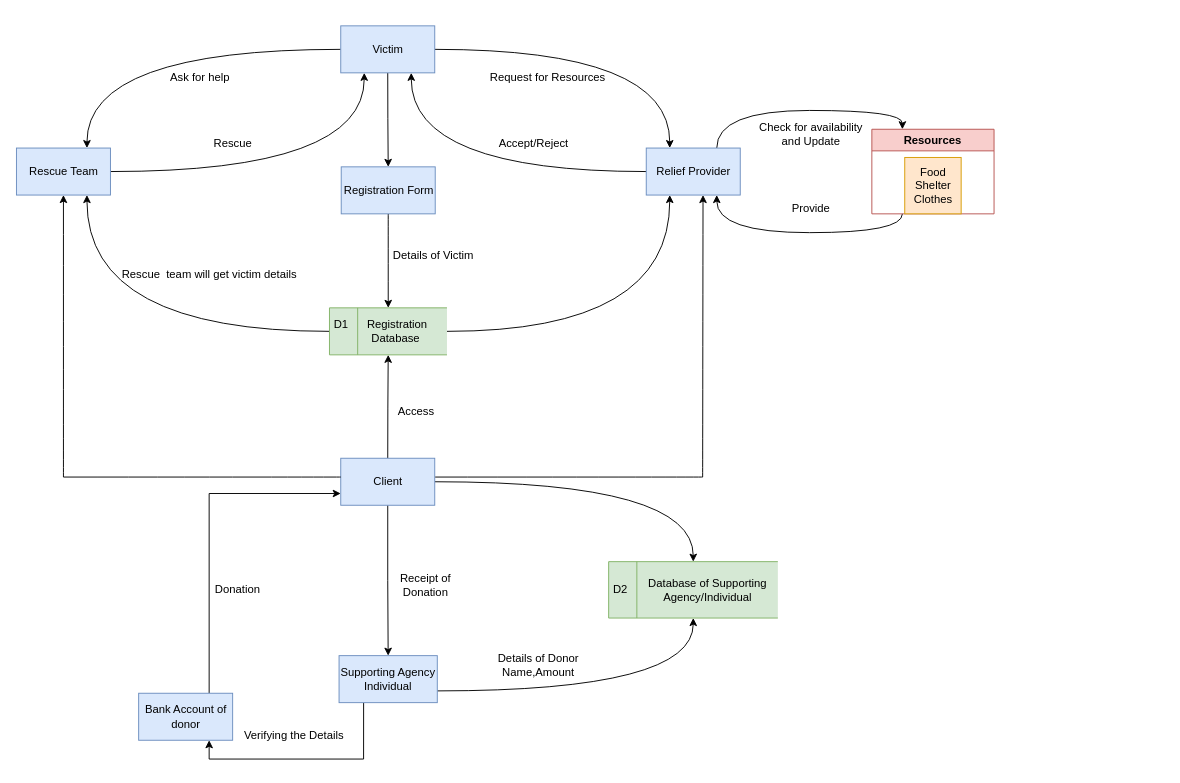
Earlier version of the draw.io diagram Untitled Diagram.drawio (ShubhamJejurkar98/Repository1). Source tidied: cells renumbered, new cells numbered last; positions are measured from the earlier drawing's top-left corner, leaving out a move shared by most shapes. Both pictures are drawn from the tidied source at 94%, with x=0, y=0 at pixel (16, 25).
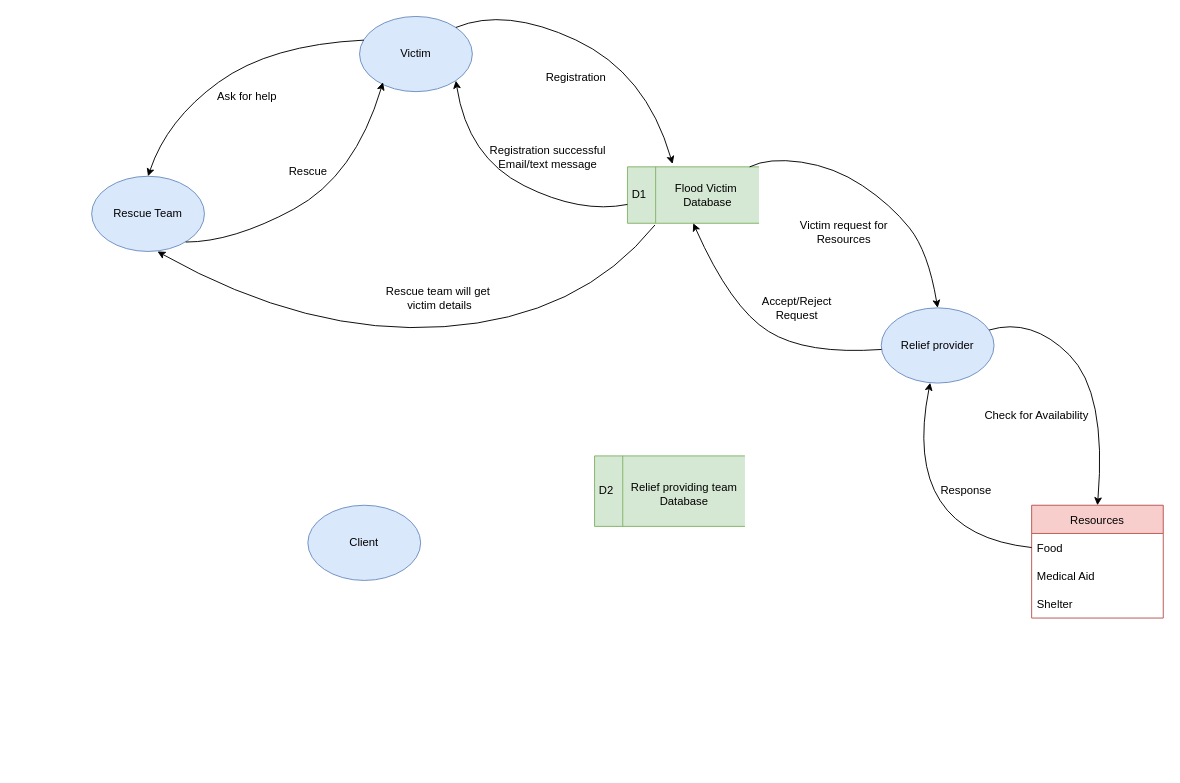
The same page after the edit.

What changed in the source:
```diff
@@
+    <mxCell id="8" value="Victim" style="ellipse;whiteSpace=wrap;html=1;fillColor=#dae8fc;strokeColor=#6c8ebf;" parent="1" vertex="1">
+      <mxGeometry x="365" y="-10" width="120" height="80" as="geometry" />
+    </mxCell>
+    <mxCell id="16" value="Rescue Team" style="ellipse;whiteSpace=wrap;html=1;fillColor=#dae8fc;strokeColor=#6c8ebf;" parent="1" vertex="1">
+      <mxGeometry x="80" y="160" width="120" height="80" as="geometry" />
+    </mxCell>
+    <mxCell id="47" value="Relief provider" style="ellipse;whiteSpace=wrap;html=1;fillColor=#dae8fc;strokeColor=#6c8ebf;" parent="1" vertex="1">
+      <mxGeometry x="920" y="300" width="120" height="80" as="geometry" />
+    </mxCell>
+    <mxCell id="48" style="curved=1;endArrow=classic;html=1;rounded=0;entryX=0.208;entryY=0.875;entryDx=0;entryDy=0;entryPerimeter=0;" parent="1" edge="1" target="8">
+      <mxGeometry relative="1" as="geometry">
+        <mxPoint x="180" y="230" as="sourcePoint" />
+        <Array as="points">
+          <mxPoint x="230" y="230" />
+          <mxPoint x="360" y="160" />
+        </Array>
+      </mxGeometry>
+    </mxCell>
+    <mxCell id="6" style="curved=1;endArrow=classic;html=1;rounded=0;entryX=0.5;entryY=0;entryDx=0;entryDy=0;exitX=0.038;exitY=0.315;exitDx=0;exitDy=0;exitPerimeter=0;" parent="1" edge="1" source="8" target="16">
+      <mxGeometry relative="1" as="geometry">
+        <Array as="points">
+          <mxPoint x="270" y="20" />
+          <mxPoint x="160" y="100" />
+        </Array>
+      </mxGeometry>
+    </mxCell>
     <mxCell id="2" value="Ask for help" style="text;html=1;align=center;verticalAlign=middle;fillColor=none;strokeColor=none;rounded=0;" parent="1" vertex="1">
-      <mxGeometry x="150" y="40" width="90" height="30" as="geometry" />
+      <mxGeometry x="200" y="60" width="90" height="30" as="geometry" />
     </mxCell>
+    <mxCell id="23" value="Rescue" style="text;html=1;align=center;verticalAlign=middle;fillColor=none;strokeColor=none;rounded=0;" parent="1" vertex="1">
+      <mxGeometry x="280" y="140" width="60" height="30" as="geometry" />
+    </mxCell>
+    <mxCell id="49" value="D1" style="html=1;dashed=0;whitespace=wrap;shape=mxgraph.dfd.dataStoreID;align=left;spacingLeft=3;points=[[0,0],[0.5,0],[1,0],[0,0.5],[1,0.5],[0,1],[0.5,1],[1,1]];fillColor=#d5e8d4;strokeColor=#82b366;" parent="1" vertex="1">
+      <mxGeometry x="650" y="150" width="140" height="60" as="geometry" />
+    </mxCell>
+    <mxCell id="50" value="Flood Victim&amp;nbsp;&lt;br&gt;Database" style="text;html=1;align=center;verticalAlign=middle;fillColor=none;strokeColor=none;rounded=0;" parent="1" vertex="1">
+      <mxGeometry x="690" y="160" width="90" height="40" as="geometry" />
+    </mxCell>
+    <mxCell id="51" style="curved=1;endArrow=classic;html=1;rounded=0;entryX=0.343;entryY=-0.051;entryDx=0;entryDy=0;entryPerimeter=0;exitX=1;exitY=0;exitDx=0;exitDy=0;" parent="1" edge="1" source="8" target="49">
+      <mxGeometry relative="1" as="geometry">
+        <Array as="points">
+          <mxPoint x="520" y="-20" />
+          <mxPoint x="670" y="50" />
+        </Array>
+      </mxGeometry>
+    </mxCell>
+    <mxCell id="52" value="Registration" style="text;html=1;align=center;verticalAlign=middle;fillColor=none;strokeColor=none;rounded=0;" parent="1" vertex="1">
+      <mxGeometry x="550" y="40" width="90" height="30" as="geometry" />
+    </mxCell>
+    <mxCell id="53" style="curved=1;endArrow=classic;html=1;rounded=0;entryX=1;entryY=1;entryDx=0;entryDy=0;" parent="1" edge="1" target="8">
+      <mxGeometry relative="1" as="geometry">
+        <mxPoint x="650" y="190" as="sourcePoint" />
+        <Array as="points">
+          <mxPoint x="600" y="200" />
+          <mxPoint x="480" y="140" />
+        </Array>
+      </mxGeometry>
+    </mxCell>
+    <mxCell id="54" value="Registration successful&lt;br&gt;Email/text message" style="text;html=1;align=center;verticalAlign=middle;fillColor=none;strokeColor=none;rounded=0;" parent="1" vertex="1">
+      <mxGeometry x="490" y="120" width="150" height="40" as="geometry" />
+    </mxCell>
+    <mxCell id="55" style="curved=1;endArrow=classic;html=1;rounded=0;entryX=0.5;entryY=0;entryDx=0;entryDy=0;" parent="1" edge="1" source="49" target="47">
+      <mxGeometry relative="1" as="geometry">
+        <Array as="points">
+          <mxPoint x="800" y="140" />
+          <mxPoint x="870" y="150" />
+          <mxPoint x="930" y="190" />
+          <mxPoint x="970" y="240" />
+        </Array>
+      </mxGeometry>
+    </mxCell>
+    <mxCell id="56" value="Victim request for&lt;br&gt;Resources" style="text;html=1;align=center;verticalAlign=middle;fillColor=none;strokeColor=none;rounded=0;" parent="1" vertex="1">
+      <mxGeometry x="820" y="200" width="120" height="40" as="geometry" />
+    </mxCell>
+    <mxCell id="57" style="curved=1;endArrow=classic;html=1;rounded=0;entryX=0.5;entryY=1;entryDx=0;entryDy=0;" parent="1" edge="1" source="47" target="49">
+      <mxGeometry relative="1" as="geometry">
+        <Array as="points">
+          <mxPoint x="840" y="350" />
+          <mxPoint x="760" y="300" />
+        </Array>
+      </mxGeometry>
+    </mxCell>
+    <mxCell id="58" value="Accept/Reject &lt;br&gt;Request" style="text;html=1;align=center;verticalAlign=middle;fillColor=none;strokeColor=none;rounded=0;" parent="1" vertex="1">
+      <mxGeometry x="780" y="280" width="100" height="40" as="geometry" />
+    </mxCell>
+    <mxCell id="59" style="curved=1;endArrow=classic;html=1;rounded=0;exitX=0.209;exitY=1.031;exitDx=0;exitDy=0;exitPerimeter=0;" parent="1" edge="1" source="49">
+      <mxGeometry relative="1" as="geometry">
+        <mxPoint x="150" y="240" as="targetPoint" />
+        <Array as="points">
+          <mxPoint x="600" y="310" />
+          <mxPoint x="310" y="330" />
+        </Array>
+      </mxGeometry>
+    </mxCell>
-    <mxCell id="3" value="Rescue&amp;nbsp; team will get victim details" style="text;html=1;align=center;verticalAlign=middle;fillColor=none;strokeColor=none;rounded=0;" parent="1" vertex="1">
-      <mxGeometry x="100" y="250" width="210" height="30" as="geometry" />
+    <mxCell id="3" value="Rescue team will get&amp;nbsp;&lt;br&gt;victim details" style="text;html=1;align=center;verticalAlign=middle;fillColor=none;strokeColor=none;rounded=0;" parent="1" vertex="1">
+      <mxGeometry x="380" y="270" width="140" height="40" as="geometry" />
     </mxCell>
-    <mxCell id="4" value="Request for Resources" style="text;html=1;align=center;verticalAlign=middle;fillColor=none;strokeColor=none;rounded=0;" parent="1" vertex="1">
-      <mxGeometry x="490" y="40" width="150" height="30" as="geometry" />
-    </mxCell>
-    <mxCell id="5" style="edgeStyle=orthogonalEdgeStyle;curved=1;rounded=0;jettySize=auto;html=1;exitX=0.5;exitY=1;exitDx=0;exitDy=0;entryX=0.5;entryY=0;entryDx=0;entryDy=0;" parent="1" edge="1" source="8" target="10">
-      <mxGeometry relative="1" as="geometry" />
-    </mxCell>
-    <mxCell id="6" style="edgeStyle=orthogonalEdgeStyle;curved=1;rounded=0;jettySize=auto;html=1;exitX=0;exitY=0.5;exitDx=0;exitDy=0;entryX=0.75;entryY=0;entryDx=0;entryDy=0;" parent="1" edge="1" source="8" target="16">
-      <mxGeometry relative="1" as="geometry" />
-    </mxCell>
-    <mxCell id="7" style="edgeStyle=orthogonalEdgeStyle;curved=1;rounded=0;jettySize=auto;html=1;exitX=1;exitY=0.5;exitDx=0;exitDy=0;entryX=0.25;entryY=0;entryDx=0;entryDy=0;" parent="1" edge="1" source="8" target="19">
-      <mxGeometry relative="1" as="geometry" />
-    </mxCell>
-    <mxCell id="8" value="Victim" style="html=1;dashed=0;whitespace=wrap;fillColor=#dae8fc;strokeColor=#6c8ebf;" parent="1" vertex="1">
-      <mxGeometry x="345" width="100" height="50" as="geometry" />
-    </mxCell>
-    <mxCell id="9" style="edgeStyle=orthogonalEdgeStyle;curved=1;rounded=0;jettySize=auto;html=1;exitX=0.5;exitY=1;exitDx=0;exitDy=0;entryX=0.5;entryY=0;entryDx=0;entryDy=0;" parent="1" edge="1" source="10" target="13">
-      <mxGeometry relative="1" as="geometry" />
-    </mxCell>
-    <mxCell id="10" value="Registration Form" style="html=1;dashed=0;whitespace=wrap;fillColor=#dae8fc;strokeColor=#6c8ebf;" parent="1" vertex="1">
-      <mxGeometry x="345.5" y="150" width="100" height="50" as="geometry" />
-    </mxCell>
-    <mxCell id="11" style="edgeStyle=orthogonalEdgeStyle;curved=1;rounded=0;jettySize=auto;html=1;exitX=0;exitY=0.5;exitDx=0;exitDy=0;entryX=0.75;entryY=1;entryDx=0;entryDy=0;" parent="1" edge="1" source="13" target="16">
-      <mxGeometry relative="1" as="geometry" />
-    </mxCell>
-    <mxCell id="12" style="edgeStyle=orthogonalEdgeStyle;curved=1;rounded=0;jettySize=auto;html=1;exitX=1;exitY=0.5;exitDx=0;exitDy=0;entryX=0.25;entryY=1;entryDx=0;entryDy=0;" parent="1" edge="1" source="13" target="19">
-      <mxGeometry relative="1" as="geometry" />
-    </mxCell>
-    <mxCell id="13" value="D1&amp;nbsp; &amp;nbsp; &amp;nbsp; Registration&lt;br&gt;&amp;nbsp; &amp;nbsp; &amp;nbsp; &amp;nbsp; &amp;nbsp; &amp;nbsp; Database" style="html=1;dashed=0;whitespace=wrap;shape=mxgraph.dfd.dataStoreID;align=left;spacingLeft=3;points=[[0,0],[0.5,0],[1,0],[0,0.5],[1,0.5],[0,1],[0.5,1],[1,1]];fillColor=#d5e8d4;strokeColor=#82b366;" parent="1" vertex="1">
-      <mxGeometry x="333" y="300" width="125" height="50" as="geometry" />
-    </mxCell>
-    <mxCell id="14" value="Details of Victim&amp;nbsp;" style="text;html=1;align=center;verticalAlign=middle;fillColor=none;strokeColor=none;rounded=0;" parent="1" vertex="1">
-      <mxGeometry x="390" y="230" width="110" height="30" as="geometry" />
-    </mxCell>
-    <mxCell id="15" style="edgeStyle=orthogonalEdgeStyle;curved=1;rounded=0;jettySize=auto;html=1;exitX=1;exitY=0.5;exitDx=0;exitDy=0;entryX=0.25;entryY=1;entryDx=0;entryDy=0;" parent="1" edge="1" source="16" target="8">
-      <mxGeometry relative="1" as="geometry" />
-    </mxCell>
-    <mxCell id="16" value="Rescue Team" style="html=1;dashed=0;whitespace=wrap;fillColor=#dae8fc;strokeColor=#6c8ebf;" parent="1" vertex="1">
-      <mxGeometry y="130" width="100" height="50" as="geometry" />
-    </mxCell>
-    <mxCell id="17" style="edgeStyle=orthogonalEdgeStyle;curved=1;rounded=0;jettySize=auto;html=1;entryX=0.75;entryY=1;entryDx=0;entryDy=0;" parent="1" edge="1" source="19" target="8">
-      <mxGeometry relative="1" as="geometry" />
-    </mxCell>
-    <mxCell id="18" style="edgeStyle=orthogonalEdgeStyle;curved=1;rounded=0;jettySize=auto;html=1;exitX=0.75;exitY=0;exitDx=0;exitDy=0;entryX=0.25;entryY=0;entryDx=0;entryDy=0;" parent="1" edge="1" source="19" target="21">
-      <mxGeometry relative="1" as="geometry" />
-    </mxCell>
-    <mxCell id="19" value="Relief Provider" style="html=1;dashed=0;whitespace=wrap;fillColor=#dae8fc;strokeColor=#6c8ebf;" parent="1" vertex="1">
-      <mxGeometry x="670" y="130" width="100" height="50" as="geometry" />
-    </mxCell>
-    <mxCell id="20" style="edgeStyle=orthogonalEdgeStyle;curved=1;rounded=0;jettySize=auto;html=1;exitX=0.25;exitY=1;exitDx=0;exitDy=0;entryX=0.75;entryY=1;entryDx=0;entryDy=0;" parent="1" edge="1" source="21" target="19">
-      <mxGeometry relative="1" as="geometry" />
-    </mxCell>
-    <mxCell id="21" value="Resources" style="swimlane;fillColor=#f8cecc;strokeColor=#b85450;" parent="1" vertex="1">
-      <mxGeometry x="910" y="110" width="130" height="90" as="geometry" />
+    <mxCell id="21" value="Resources" style="swimlane;fontStyle=0;horizontal=1;startSize=30;fillColor=#f8cecc;strokeColor=#b85450;" parent="1" vertex="1">
+      <mxGeometry x="1080" y="510" width="140" height="120" as="geometry" />
     </mxCell>
-    <mxCell id="22" value="Food&lt;br&gt;Shelter&lt;br&gt;Clothes" style="text;html=1;align=center;verticalAlign=middle;fillColor=#ffe6cc;strokeColor=#d79b00;rounded=0;" parent="21" vertex="1">
-      <mxGeometry x="35" y="30" width="60" height="60" as="geometry" />
-    </mxCell>
-    <mxCell id="23" value="Rescue" style="text;html=1;align=center;verticalAlign=middle;fillColor=none;strokeColor=none;rounded=0;" parent="1" vertex="1">
-      <mxGeometry x="200" y="110" width="60" height="30" as="geometry" />
-    </mxCell>
-    <mxCell id="24" value="Check for availability&lt;br&gt;and Update" style="text;html=1;align=center;verticalAlign=middle;fillColor=none;strokeColor=none;rounded=0;" parent="1" vertex="1">
-      <mxGeometry x="780" y="95" width="130" height="40" as="geometry" />
-    </mxCell>
-    <mxCell id="25" value="Accept/Reject&lt;br&gt;" style="text;html=1;align=center;verticalAlign=middle;fillColor=none;strokeColor=none;rounded=0;" parent="1" vertex="1">
-      <mxGeometry x="500" y="110" width="100" height="30" as="geometry" />
-    </mxCell>
-    <mxCell id="26" style="edgeStyle=orthogonalEdgeStyle;curved=1;rounded=0;jettySize=auto;html=1;exitX=1;exitY=0.5;exitDx=0;exitDy=0;entryX=0.5;entryY=0;entryDx=0;entryDy=0;" parent="1" edge="1" source="29" target="40">
-      <mxGeometry relative="1" as="geometry" />
-    </mxCell>
-    <mxCell id="27" style="edgeStyle=orthogonalEdgeStyle;curved=1;rounded=0;jettySize=auto;html=1;exitX=0.5;exitY=0;exitDx=0;exitDy=0;entryX=0.5;entryY=1;entryDx=0;entryDy=0;" parent="1" edge="1" source="29" target="13">
-      <mxGeometry relative="1" as="geometry" />
-    </mxCell>
-    <mxCell id="28" style="edgeStyle=orthogonalEdgeStyle;rounded=0;jettySize=auto;html=1;exitX=0.5;exitY=1;exitDx=0;exitDy=0;entryX=0.5;entryY=0;entryDx=0;entryDy=0;" parent="1" edge="1" source="29" target="36">
-      <mxGeometry relative="1" as="geometry" />
-    </mxCell>
+    <mxCell id="60" value="Food" style="text;strokeColor=none;fillColor=none;align=left;verticalAlign=middle;spacingLeft=4;spacingRight=4;overflow=hidden;points=[[0,0.5],[1,0.5]];portConstraint=eastwest;" parent="21" vertex="1">
+      <mxGeometry y="30" width="140" height="30" as="geometry" />
+    </mxCell>
+    <mxCell id="61" value="Medical Aid" style="text;strokeColor=none;fillColor=none;align=left;verticalAlign=middle;spacingLeft=4;spacingRight=4;overflow=hidden;" parent="21" vertex="1">
+      <mxGeometry y="60" width="140" height="30" as="geometry" />
+    </mxCell>
+    <mxCell id="62" value="Shelter" style="text;strokeColor=none;fillColor=none;align=left;verticalAlign=middle;spacingLeft=4;spacingRight=4;overflow=hidden;" parent="21" vertex="1">
+      <mxGeometry y="90" width="140" height="30" as="geometry" />
+    </mxCell>
+    <mxCell id="63" style="curved=1;endArrow=classic;html=1;rounded=0;entryX=0.5;entryY=0;entryDx=0;entryDy=0;" parent="1" edge="1" source="47" target="21">
+      <mxGeometry relative="1" as="geometry">
+        <Array as="points">
+          <mxPoint x="1080" y="310" />
+          <mxPoint x="1160" y="390" />
+        </Array>
+      </mxGeometry>
+    </mxCell>
+    <mxCell id="64" value="Check for Availability" style="text;html=1;align=center;verticalAlign=middle;fillColor=none;strokeColor=none;rounded=0;" parent="1" vertex="1">
+      <mxGeometry x="1020" y="400" width="130" height="30" as="geometry" />
+    </mxCell>
+    <mxCell id="65" style="curved=1;endArrow=classic;html=1;rounded=0;exitX=0;exitY=0.5;exitDx=0;exitDy=0;" parent="1" edge="1" source="60" target="47">
+      <mxGeometry relative="1" as="geometry">
+        <Array as="points">
+          <mxPoint x="940" y="540" />
+        </Array>
+      </mxGeometry>
+    </mxCell>
+    <mxCell id="66" value="Response" style="text;html=1;align=center;verticalAlign=middle;fillColor=none;strokeColor=none;rounded=0;" parent="1" vertex="1">
+      <mxGeometry x="970" y="480" width="80" height="30" as="geometry" />
+    </mxCell>
-    <mxCell id="29" value="Client" style="html=1;dashed=0;whitespace=wrap;fillColor=#dae8fc;strokeColor=#6c8ebf;" parent="1" vertex="1">
-      <mxGeometry x="345" y="460" width="100" height="50" as="geometry" />
+    <mxCell id="29" value="Client" style="ellipse;whiteSpace=wrap;html=1;fillColor=#dae8fc;strokeColor=#6c8ebf;" parent="1" vertex="1">
+      <mxGeometry x="310" y="510" width="120" height="80" as="geometry" />
     </mxCell>
-    <mxCell id="30" style="endArrow=none;html=1;rounded=0;curved=1;" parent="1" edge="1">
-      <mxGeometry relative="1" as="geometry">
-        <mxPoint x="345" y="480" as="sourcePoint" />
-        <mxPoint x="50" y="480" as="targetPoint" />
-      </mxGeometry>
-    </mxCell>
-    <mxCell id="31" style="endArrow=none;html=1;rounded=0;curved=1;" parent="1" edge="1">
-      <mxGeometry relative="1" as="geometry">
-        <mxPoint x="730" y="480" as="sourcePoint" />
-        <mxPoint x="445.5" y="480" as="targetPoint" />
-      </mxGeometry>
-    </mxCell>
-    <mxCell id="32" style="endArrow=classic;html=1;rounded=0;curved=1;entryX=0.5;entryY=1;entryDx=0;entryDy=0;" parent="1" edge="1" target="16">
-      <mxGeometry relative="1" as="geometry">
-        <mxPoint x="50" y="480" as="sourcePoint" />
-      </mxGeometry>
-    </mxCell>
-    <mxCell id="33" style="endArrow=classic;html=1;rounded=0;curved=1;entryX=0.604;entryY=1;entryDx=0;entryDy=0;entryPerimeter=0;" parent="1" edge="1" target="19">
-      <mxGeometry relative="1" as="geometry">
-        <mxPoint x="730" y="480" as="sourcePoint" />
-      </mxGeometry>
-    </mxCell>
-    <mxCell id="34" style="edgeStyle=orthogonalEdgeStyle;curved=1;rounded=0;jettySize=auto;html=1;exitX=1;exitY=0.75;exitDx=0;exitDy=0;entryX=0.5;entryY=1;entryDx=0;entryDy=0;" parent="1" edge="1" source="36" target="40">
-      <mxGeometry relative="1" as="geometry" />
-    </mxCell>
-    <mxCell id="35" style="edgeStyle=orthogonalEdgeStyle;rounded=0;jettySize=auto;html=1;exitX=0.25;exitY=1;exitDx=0;exitDy=0;entryX=0.75;entryY=1;entryDx=0;entryDy=0;" parent="1" edge="1" source="36" target="45">
-      <mxGeometry relative="1" as="geometry" />
-    </mxCell>
-    <mxCell id="36" value="Supporting Agency&lt;br&gt;Individual" style="html=1;dashed=0;whitespace=wrap;fillColor=#dae8fc;strokeColor=#6c8ebf;" parent="1" vertex="1">
-      <mxGeometry x="343.2" y="670" width="104.5" height="50" as="geometry" />
-    </mxCell>
-    <mxCell id="37" value="Provide" style="text;html=1;align=center;verticalAlign=middle;fillColor=none;strokeColor=none;rounded=0;" parent="1" vertex="1">
-      <mxGeometry x="815" y="180" width="60" height="30" as="geometry" />
-    </mxCell>
-    <mxCell id="38" value="Donation" style="text;html=1;align=center;verticalAlign=middle;fillColor=none;strokeColor=none;rounded=0;" parent="1" vertex="1">
-      <mxGeometry x="200" y="585" width="70" height="30" as="geometry" />
-    </mxCell>
-    <mxCell id="39" value="Receipt of &lt;br&gt;Donation" style="text;html=1;align=center;verticalAlign=middle;fillColor=none;strokeColor=none;rounded=0;" parent="1" vertex="1">
-      <mxGeometry x="395" y="575" width="80" height="40" as="geometry" />
-    </mxCell>
     <mxCell id="40" value="D2" style="html=1;dashed=0;whitespace=wrap;shape=mxgraph.dfd.dataStoreID;align=left;spacingLeft=3;points=[[0,0],[0.5,0],[1,0],[0,0.5],[1,0.5],[0,1],[0.5,1],[1,1]];fillColor=#d5e8d4;strokeColor=#82b366;" parent="1" vertex="1">
-      <mxGeometry x="630" y="570" width="180" height="60" as="geometry" />
+      <mxGeometry x="615" y="457.5" width="160" height="75" as="geometry" />
     </mxCell>
-    <mxCell id="41" value="Database of Supporting&lt;br&gt;Agency/Individual" style="text;html=1;align=center;verticalAlign=middle;fillColor=none;strokeColor=none;rounded=0;" parent="1" vertex="1">
-      <mxGeometry x="660" y="580" width="150" height="40" as="geometry" />
-    </mxCell>
-    <mxCell id="42" value="Access" style="text;html=1;align=center;verticalAlign=middle;fillColor=none;strokeColor=none;rounded=0;" parent="1" vertex="1">
-      <mxGeometry x="395" y="395" width="60" height="30" as="geometry" />
-    </mxCell>
-    <mxCell id="43" value="Details of Donor&lt;br&gt;Name,Amount" style="text;html=1;align=center;verticalAlign=middle;fillColor=none;strokeColor=none;rounded=0;" parent="1" vertex="1">
-      <mxGeometry x="500" y="660" width="110" height="40" as="geometry" />
-    </mxCell>
-    <mxCell id="44" style="edgeStyle=orthogonalEdgeStyle;rounded=0;jettySize=auto;html=1;exitX=0.75;exitY=0;exitDx=0;exitDy=0;entryX=0;entryY=0.75;entryDx=0;entryDy=0;" parent="1" edge="1" source="45" target="29">
-      <mxGeometry relative="1" as="geometry" />
-    </mxCell>
-    <mxCell id="45" value="Bank Account of &lt;br&gt;donor" style="html=1;dashed=0;whitespace=wrap;fillColor=#dae8fc;strokeColor=#6c8ebf;" parent="1" vertex="1">
-      <mxGeometry x="130" y="710" width="100" height="50" as="geometry" />
-    </mxCell>
-    <mxCell id="46" value="Verifying the Details" style="text;html=1;align=center;verticalAlign=middle;fillColor=none;strokeColor=none;rounded=0;" parent="1" vertex="1">
-      <mxGeometry x="230" y="740" width="130" height="30" as="geometry" />
-    </mxCell>
+    <mxCell id="67" value="&lt;span style=&quot;&quot;&gt;Relief providing team&lt;/span&gt;&lt;br style=&quot;&quot;&gt;&lt;span style=&quot;&quot;&gt;Database&lt;/span&gt;" style="text;html=1;align=center;verticalAlign=middle;fillColor=none;strokeColor=none;rounded=0;" parent="1" vertex="1">
+      <mxGeometry x="640" y="477.5" width="140" height="40" as="geometry" />
+    </mxCell>
```
